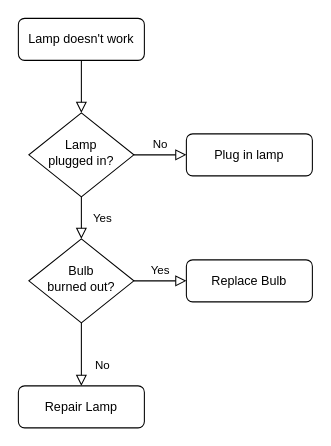
Before: Untitled Diagram.drawio in yangyuke001/my-pics, a draw.io diagram. Source tidied: cells renumbered, new cells numbered last; positions are measured from the earlier drawing's top-left corner, leaving out a move shared by most shapes. Both pictures are drawn from the tidied source at 105%, with x=0, y=0 at pixel (18, 18).
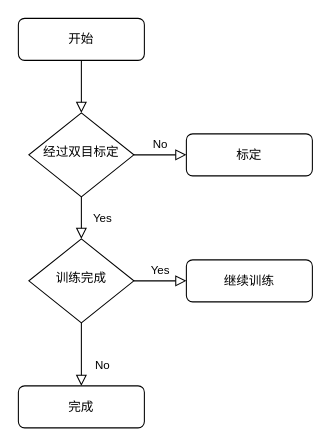
Above is the later version.

The edit, as a diff of the source:
```diff
@@
 <mxGraphModel>
   <root>
     <mxCell id="0" />
     <mxCell id="1" parent="0" />
     <mxCell id="2" style="rounded=0;html=1;jettySize=auto;fontSize=11;endArrow=block;endFill=0;endSize=8;strokeWidth=1;shadow=0;labelBackgroundColor=none;edgeStyle=orthogonalEdgeStyle;" parent="1" edge="1" source="3" target="6">
       <mxGeometry relative="1" as="geometry" />
     </mxCell>
-    <mxCell id="3" value="Lamp doesn't work" style="rounded=1;whiteSpace=wrap;html=1;fontSize=12;glass=0;strokeWidth=1;shadow=0;" parent="1" vertex="1">
+    <mxCell id="3" value="开始" style="rounded=1;whiteSpace=wrap;html=1;fontSize=12;glass=0;strokeWidth=1;shadow=0;" parent="1" vertex="1">
       <mxGeometry width="120" height="40" as="geometry" />
     </mxCell>
     <mxCell id="4" value="Yes" style="rounded=0;html=1;jettySize=auto;fontSize=11;endArrow=block;endFill=0;endSize=8;strokeWidth=1;shadow=0;labelBackgroundColor=none;edgeStyle=orthogonalEdgeStyle;" parent="1" edge="1" source="6" target="10">
       <mxGeometry y="20" relative="1" as="geometry" />
     </mxCell>
     <mxCell id="5" value="No" style="edgeStyle=orthogonalEdgeStyle;rounded=0;html=1;jettySize=auto;fontSize=11;endArrow=block;endFill=0;endSize=8;strokeWidth=1;shadow=0;labelBackgroundColor=none;" parent="1" edge="1" source="6" target="7">
       <mxGeometry y="10" relative="1" as="geometry" />
     </mxCell>
-    <mxCell id="6" value="Lamp&lt;br&gt;plugged in?" style="rhombus;whiteSpace=wrap;html=1;shadow=0;fontFamily=Helvetica;fontSize=12;align=center;strokeWidth=1;spacing=6;spacingTop=-4;" parent="1" vertex="1">
+    <mxCell id="6" value="经过双目标定" style="rhombus;whiteSpace=wrap;html=1;shadow=0;fontFamily=Helvetica;fontSize=12;align=center;strokeWidth=1;spacing=6;spacingTop=-4;" parent="1" vertex="1">
       <mxGeometry x="10" y="90" width="100" height="80" as="geometry" />
     </mxCell>
-    <mxCell id="7" value="Plug in lamp" style="rounded=1;whiteSpace=wrap;html=1;fontSize=12;glass=0;strokeWidth=1;shadow=0;" parent="1" vertex="1">
+    <mxCell id="7" value="标定" style="rounded=1;whiteSpace=wrap;html=1;fontSize=12;glass=0;strokeWidth=1;shadow=0;" parent="1" vertex="1">
       <mxGeometry x="160" y="110" width="120" height="40" as="geometry" />
     </mxCell>
     <mxCell id="8" value="No" style="rounded=0;html=1;jettySize=auto;fontSize=11;endArrow=block;endFill=0;endSize=8;strokeWidth=1;shadow=0;labelBackgroundColor=none;edgeStyle=orthogonalEdgeStyle;" parent="1" edge="1" source="10" target="11">
       <mxGeometry x="0.33" y="20" relative="1" as="geometry" />
     </mxCell>
     <mxCell id="9" value="Yes" style="edgeStyle=orthogonalEdgeStyle;rounded=0;html=1;jettySize=auto;fontSize=11;endArrow=block;endFill=0;endSize=8;strokeWidth=1;shadow=0;labelBackgroundColor=none;" parent="1" edge="1" source="10" target="12">
       <mxGeometry y="10" relative="1" as="geometry" />
     </mxCell>
-    <mxCell id="10" value="Bulb&lt;br&gt;burned out?" style="rhombus;whiteSpace=wrap;html=1;shadow=0;fontFamily=Helvetica;fontSize=12;align=center;strokeWidth=1;spacing=6;spacingTop=-4;" parent="1" vertex="1">
+    <mxCell id="10" value="训练完成" style="rhombus;whiteSpace=wrap;html=1;shadow=0;fontFamily=Helvetica;fontSize=12;align=center;strokeWidth=1;spacing=6;spacingTop=-4;" parent="1" vertex="1">
       <mxGeometry x="10" y="210" width="100" height="80" as="geometry" />
     </mxCell>
-    <mxCell id="11" value="Repair Lamp" style="rounded=1;whiteSpace=wrap;html=1;fontSize=12;glass=0;strokeWidth=1;shadow=0;" parent="1" vertex="1">
+    <mxCell id="11" value="完成" style="rounded=1;whiteSpace=wrap;html=1;fontSize=12;glass=0;strokeWidth=1;shadow=0;" parent="1" vertex="1">
       <mxGeometry y="350" width="120" height="40" as="geometry" />
     </mxCell>
-    <mxCell id="12" value="Replace Bulb" style="rounded=1;whiteSpace=wrap;html=1;fontSize=12;glass=0;strokeWidth=1;shadow=0;" parent="1" vertex="1">
+    <mxCell id="12" value="继续训练" style="rounded=1;whiteSpace=wrap;html=1;fontSize=12;glass=0;strokeWidth=1;shadow=0;" parent="1" vertex="1">
       <mxGeometry x="160" y="230" width="120" height="40" as="geometry" />
     </mxCell>
   </root>
 </mxGraphModel>
```
